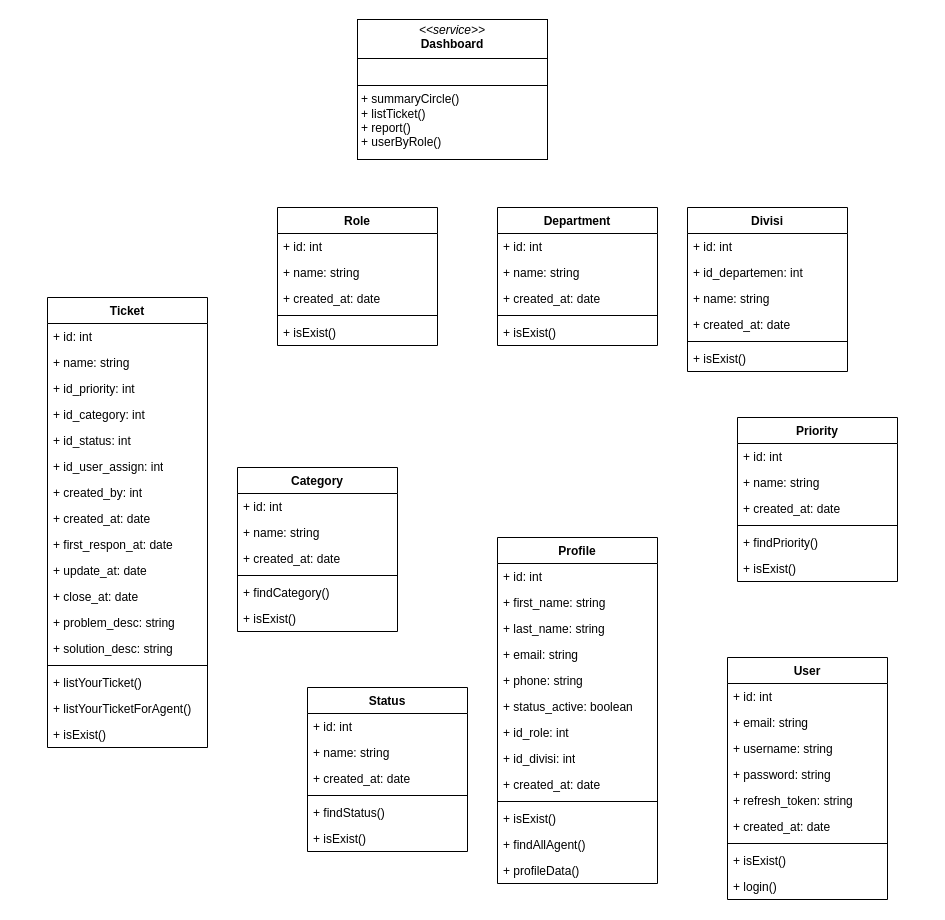
Earlier version of the draw.io diagram skripsi-uml-classdiagram.drawio (raflialkindhi/graph-save). Source tidied: cells renumbered, new cells numbered last; positions are measured from the earlier drawing's top-left corner, leaving out a move shared by most shapes. Both pictures are drawn from the tidied source at 100%, with x=0, y=0 at pixel (47, 19).
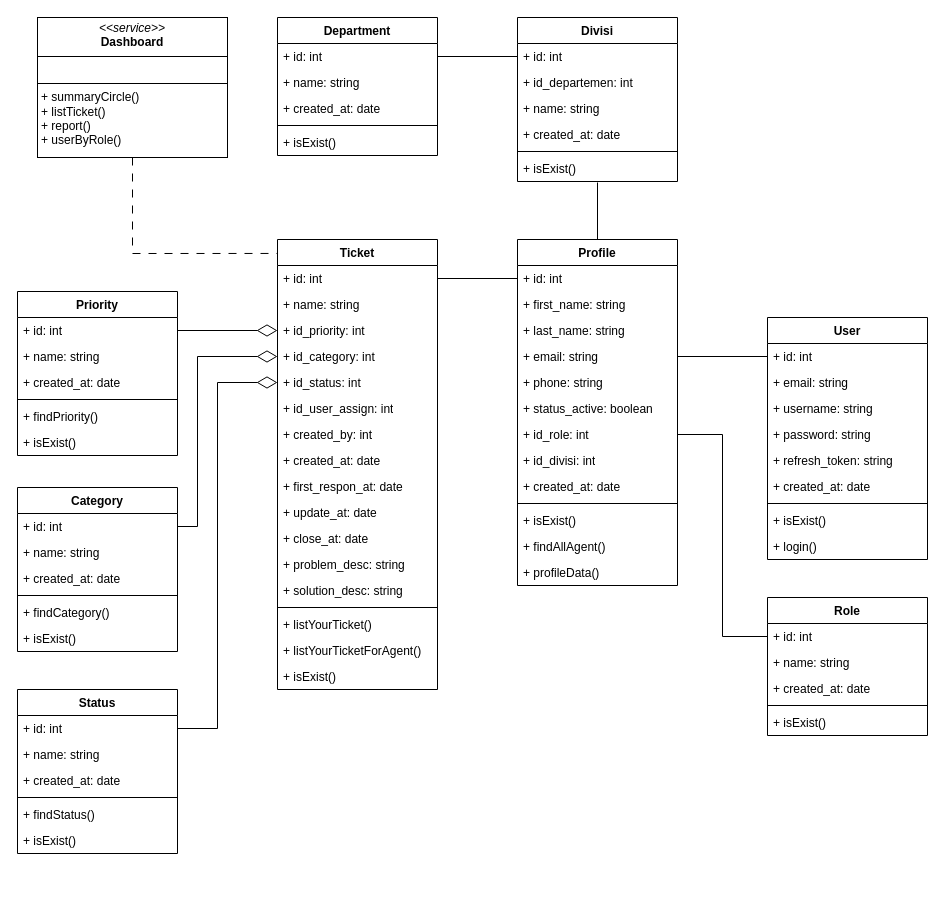
After the change.

The change refers to these unchanged cells:
```xml
<mxCell id="3" value="+ id: int" style="text;strokeColor=none;fillColor=none;align=left;verticalAlign=top;spacingLeft=4;spacingRight=4;overflow=hidden;points=[[0,0.5],[1,0.5]];portConstraint=eastwest;whiteSpace=wrap;html=1;" parent="2" vertex="1">
  <mxGeometry y="26" width="160" height="26" as="geometry" />
</mxCell>
<mxCell id="9" value="+ id: int" style="text;strokeColor=none;fillColor=none;align=left;verticalAlign=top;spacingLeft=4;spacingRight=4;overflow=hidden;points=[[0,0.5],[1,0.5]];portConstraint=eastwest;whiteSpace=wrap;html=1;" parent="8" vertex="1">
  <mxGeometry y="26" width="160" height="26" as="geometry" />
</mxCell>
<mxCell id="15" value="+ id: int" style="text;strokeColor=none;fillColor=none;align=left;verticalAlign=top;spacingLeft=4;spacingRight=4;overflow=hidden;points=[[0,0.5],[1,0.5]];portConstraint=eastwest;whiteSpace=wrap;html=1;" parent="14" vertex="1">
  <mxGeometry y="26" width="160" height="26" as="geometry" />
</mxCell>
<mxCell id="20" value="+ isExist()" style="text;strokeColor=none;fillColor=none;align=left;verticalAlign=top;spacingLeft=4;spacingRight=4;overflow=hidden;points=[[0,0.5],[1,0.5]];portConstraint=eastwest;whiteSpace=wrap;html=1;" parent="14" vertex="1">
  <mxGeometry y="138" width="160" height="26" as="geometry" />
</mxCell>
<mxCell id="22" value="+ id: int" style="text;strokeColor=none;fillColor=none;align=left;verticalAlign=top;spacingLeft=4;spacingRight=4;overflow=hidden;points=[[0,0.5],[1,0.5]];portConstraint=eastwest;whiteSpace=wrap;html=1;" parent="21" vertex="1">
  <mxGeometry y="26" width="160" height="26" as="geometry" />
</mxCell>
<mxCell id="29" value="+ id: int" style="text;strokeColor=none;fillColor=none;align=left;verticalAlign=top;spacingLeft=4;spacingRight=4;overflow=hidden;points=[[0,0.5],[1,0.5]];portConstraint=eastwest;whiteSpace=wrap;html=1;" parent="28" vertex="1">
  <mxGeometry y="26" width="160" height="26" as="geometry" />
</mxCell>
<mxCell id="36" value="+ id: int" style="text;strokeColor=none;fillColor=none;align=left;verticalAlign=top;spacingLeft=4;spacingRight=4;overflow=hidden;points=[[0,0.5],[1,0.5]];portConstraint=eastwest;whiteSpace=wrap;html=1;" parent="35" vertex="1">
  <mxGeometry y="26" width="160" height="26" as="geometry" />
</mxCell>
<mxCell id="39" value="+ email: string" style="text;strokeColor=none;fillColor=none;align=left;verticalAlign=top;spacingLeft=4;spacingRight=4;overflow=hidden;points=[[0,0.5],[1,0.5]];portConstraint=eastwest;whiteSpace=wrap;html=1;" parent="35" vertex="1">
  <mxGeometry y="104" width="160" height="26" as="geometry" />
</mxCell>
<mxCell id="42" value="+ id_role: int" style="text;strokeColor=none;fillColor=none;align=left;verticalAlign=top;spacingLeft=4;spacingRight=4;overflow=hidden;points=[[0,0.5],[1,0.5]];portConstraint=eastwest;whiteSpace=wrap;html=1;" parent="35" vertex="1">
  <mxGeometry y="182" width="160" height="26" as="geometry" />
</mxCell>
<mxCell id="50" value="+ id: int" style="text;strokeColor=none;fillColor=none;align=left;verticalAlign=top;spacingLeft=4;spacingRight=4;overflow=hidden;points=[[0,0.5],[1,0.5]];portConstraint=eastwest;whiteSpace=wrap;html=1;" parent="49" vertex="1">
  <mxGeometry y="26" width="160" height="26" as="geometry" />
</mxCell>
<mxCell id="57" value="+ id: int" style="text;strokeColor=none;fillColor=none;align=left;verticalAlign=top;spacingLeft=4;spacingRight=4;overflow=hidden;points=[[0,0.5],[1,0.5]];portConstraint=eastwest;whiteSpace=wrap;html=1;" parent="56" vertex="1">
  <mxGeometry y="26" width="160" height="26" as="geometry" />
</mxCell>
<mxCell id="59" value="+ id_priority: int" style="text;strokeColor=none;fillColor=none;align=left;verticalAlign=top;spacingLeft=4;spacingRight=4;overflow=hidden;points=[[0,0.5],[1,0.5]];portConstraint=eastwest;whiteSpace=wrap;html=1;" parent="56" vertex="1">
  <mxGeometry y="78" width="160" height="26" as="geometry" />
</mxCell>
<mxCell id="60" value="+ id_category: int" style="text;strokeColor=none;fillColor=none;align=left;verticalAlign=top;spacingLeft=4;spacingRight=4;overflow=hidden;points=[[0,0.5],[1,0.5]];portConstraint=eastwest;whiteSpace=wrap;html=1;" parent="56" vertex="1">
  <mxGeometry y="104" width="160" height="26" as="geometry" />
</mxCell>
<mxCell id="61" value="+ id_status&lt;span style=&quot;background-color: transparent; color: light-dark(rgb(0, 0, 0), rgb(255, 255, 255));&quot;&gt;: int&lt;/span&gt;" style="text;strokeColor=none;fillColor=none;align=left;verticalAlign=top;spacingLeft=4;spacingRight=4;overflow=hidden;points=[[0,0.5],[1,0.5]];portConstraint=eastwest;whiteSpace=wrap;html=1;" parent="56" vertex="1">
  <mxGeometry y="130" width="160" height="26" as="geometry" />
</mxCell>
<mxCell id="76" value="+ id: int" style="text;strokeColor=none;fillColor=none;align=left;verticalAlign=top;spacingLeft=4;spacingRight=4;overflow=hidden;points=[[0,0.5],[1,0.5]];portConstraint=eastwest;whiteSpace=wrap;html=1;" parent="75" vertex="1">
  <mxGeometry y="26" width="160" height="26" as="geometry" />
</mxCell>
```

Change to the diagram source:
```diff
@@
     <mxCell id="2" value="Role" style="swimlane;fontStyle=1;align=center;verticalAlign=top;horizontal=1;startSize=26;whiteSpace=wrap;html=1;" parent="1" vertex="1">
-      <mxGeometry x="230" y="188" width="160" height="138" as="geometry" />
+      <mxGeometry x="720" y="578" width="160" height="138" as="geometry" />
     </mxCell>
@@
     <mxCell id="8" value="Department" style="swimlane;fontStyle=1;align=center;verticalAlign=top;horizontal=1;startSize=26;whiteSpace=wrap;html=1;" parent="1" vertex="1">
-      <mxGeometry x="450" y="188" width="160" height="138" as="geometry" />
+      <mxGeometry x="230" y="-2" width="160" height="138" as="geometry" />
     </mxCell>
@@
     <mxCell id="14" value="Divisi" style="swimlane;fontStyle=1;align=center;verticalAlign=top;horizontal=1;startSize=26;whiteSpace=wrap;html=1;" parent="1" vertex="1">
-      <mxGeometry x="640" y="188" width="160" height="164" as="geometry" />
+      <mxGeometry x="470" y="-2" width="160" height="164" as="geometry" />
     </mxCell>
@@
     <mxCell id="21" value="Category" style="swimlane;fontStyle=1;align=center;verticalAlign=top;horizontal=1;startSize=26;whiteSpace=wrap;html=1;" parent="1" vertex="1">
-      <mxGeometry x="190" y="448" width="160" height="164" as="geometry" />
+      <mxGeometry x="-30" y="468" width="160" height="164" as="geometry" />
     </mxCell>
@@
     <mxCell id="28" value="Priority" style="swimlane;fontStyle=1;align=center;verticalAlign=top;horizontal=1;startSize=26;whiteSpace=wrap;html=1;" parent="1" vertex="1">
-      <mxGeometry x="690" y="398" width="160" height="164" as="geometry" />
+      <mxGeometry x="-30" y="272" width="160" height="164" as="geometry" />
     </mxCell>
@@
     <mxCell id="35" value="Profile" style="swimlane;fontStyle=1;align=center;verticalAlign=top;horizontal=1;startSize=26;whiteSpace=wrap;html=1;" parent="1" vertex="1">
-      <mxGeometry x="450" y="518" width="160" height="346" as="geometry" />
+      <mxGeometry x="470" y="220" width="160" height="346" as="geometry" />
     </mxCell>
@@
     <mxCell id="49" value="Status" style="swimlane;fontStyle=1;align=center;verticalAlign=top;horizontal=1;startSize=26;whiteSpace=wrap;html=1;" parent="1" vertex="1">
-      <mxGeometry x="260" y="668" width="160" height="164" as="geometry" />
+      <mxGeometry x="-30" y="670" width="160" height="164" as="geometry" />
     </mxCell>
@@
     <mxCell id="56" value="Ticket" style="swimlane;fontStyle=1;align=center;verticalAlign=top;horizontal=1;startSize=26;whiteSpace=wrap;html=1;" parent="1" vertex="1">
-      <mxGeometry y="278" width="160" height="450" as="geometry" />
+      <mxGeometry x="230" y="220" width="160" height="450" as="geometry" />
     </mxCell>
@@
     <mxCell id="74" value="&lt;p style=&quot;margin:0px;margin-top:4px;text-align:center;&quot;&gt;&lt;i&gt;&amp;lt;&amp;lt;service&amp;gt;&amp;gt;&lt;/i&gt;&lt;br&gt;&lt;b&gt;Dashboard&lt;/b&gt;&lt;/p&gt;&lt;hr size=&quot;1&quot; style=&quot;border-style:solid;&quot;&gt;&lt;p style=&quot;margin:0px;margin-left:4px;&quot;&gt;&lt;br&gt;&lt;/p&gt;&lt;hr size=&quot;1&quot; style=&quot;border-style:solid;&quot;&gt;&lt;p style=&quot;margin:0px;margin-left:4px;&quot;&gt;+ summaryCircle()&lt;/p&gt;&lt;p style=&quot;margin:0px;margin-left:4px;&quot;&gt;+ listTicket()&lt;/p&gt;&lt;p style=&quot;margin:0px;margin-left:4px;&quot;&gt;+ report()&lt;/p&gt;&lt;p style=&quot;margin:0px;margin-left:4px;&quot;&gt;+ userByRole()&lt;/p&gt;" style="verticalAlign=top;align=left;overflow=fill;html=1;whiteSpace=wrap;" parent="1" vertex="1">
-      <mxGeometry x="310" width="190" height="140" as="geometry" />
+      <mxGeometry x="-10" y="-2" width="190" height="140" as="geometry" />
     </mxCell>
     <mxCell id="75" value="User" style="swimlane;fontStyle=1;align=center;verticalAlign=top;horizontal=1;startSize=26;whiteSpace=wrap;html=1;" parent="1" vertex="1">
-      <mxGeometry x="680" y="638" width="160" height="242" as="geometry" />
+      <mxGeometry x="720" y="298" width="160" height="242" as="geometry" />
     </mxCell>
@@
+    <mxCell id="85" style="edgeStyle=orthogonalEdgeStyle;rounded=0;jettySize=auto;html=1;exitX=1;exitY=0.5;exitDx=0;exitDy=0;entryX=0;entryY=0.5;entryDx=0;entryDy=0;endArrow=none;startFill=0;" parent="1" edge="1" source="42" target="3">
+      <mxGeometry relative="1" as="geometry" />
+    </mxCell>
+    <mxCell id="86" style="edgeStyle=orthogonalEdgeStyle;rounded=0;jettySize=auto;html=1;exitX=0.5;exitY=0;exitDx=0;exitDy=0;endArrow=none;startFill=0;endFill=0;endSize=18;strokeWidth=1;startSize=7;entryX=0.5;entryY=1.038;entryDx=0;entryDy=0;entryPerimeter=0;" parent="1" edge="1" source="35" target="20">
+      <mxGeometry relative="1" as="geometry" />
+    </mxCell>
+    <mxCell id="87" style="rounded=0;jettySize=auto;html=1;exitX=0;exitY=0.5;exitDx=0;exitDy=0;entryX=1;entryY=0.5;entryDx=0;entryDy=0;endArrow=none;startFill=0;edgeStyle=orthogonalEdgeStyle;" parent="1" edge="1" source="76" target="39">
+      <mxGeometry relative="1" as="geometry" />
+    </mxCell>
+    <mxCell id="88" style="edgeStyle=orthogonalEdgeStyle;rounded=0;jettySize=auto;html=1;exitX=1;exitY=0.5;exitDx=0;exitDy=0;entryX=0;entryY=0.5;entryDx=0;entryDy=0;endArrow=none;startFill=0;" parent="1" edge="1" source="57" target="36">
+      <mxGeometry relative="1" as="geometry" />
+    </mxCell>
+    <mxCell id="89" style="edgeStyle=orthogonalEdgeStyle;rounded=0;jettySize=auto;html=1;exitX=1;exitY=0.5;exitDx=0;exitDy=0;entryX=0;entryY=0.5;entryDx=0;entryDy=0;endArrow=diamondThin;startFill=0;endFill=0;endSize=18;" parent="1" edge="1" source="50" target="61">
+      <mxGeometry relative="1" as="geometry">
+        <Array as="points">
+          <mxPoint x="170" y="709" />
+          <mxPoint x="170" y="363" />
+        </Array>
+      </mxGeometry>
+    </mxCell>
+    <mxCell id="90" style="rounded=0;jettySize=auto;html=1;exitX=1;exitY=0.5;exitDx=0;exitDy=0;entryX=0;entryY=0.5;entryDx=0;entryDy=0;edgeStyle=orthogonalEdgeStyle;endArrow=diamondThin;endFill=0;endSize=18;" parent="1" edge="1" source="29" target="59">
+      <mxGeometry relative="1" as="geometry" />
+    </mxCell>
+    <mxCell id="91" style="edgeStyle=orthogonalEdgeStyle;rounded=0;jettySize=auto;html=1;exitX=1;exitY=0.5;exitDx=0;exitDy=0;entryX=0;entryY=0.5;entryDx=0;entryDy=0;endArrow=diamondThin;endFill=0;endSize=18;" parent="1" edge="1" source="22" target="60">
+      <mxGeometry relative="1" as="geometry">
+        <Array as="points">
+          <mxPoint x="150" y="507" />
+          <mxPoint x="150" y="337" />
+        </Array>
+      </mxGeometry>
+    </mxCell>
+    <mxCell id="92" style="edgeStyle=orthogonalEdgeStyle;rounded=0;jettySize=auto;html=1;exitX=0.5;exitY=1;exitDx=0;exitDy=0;entryX=0;entryY=0.031;entryDx=0;entryDy=0;entryPerimeter=0;endArrow=none;startFill=0;dashed=1;dashPattern=8 8;" parent="1" edge="1" source="74" target="56">
+      <mxGeometry relative="1" as="geometry" />
+    </mxCell>
+    <mxCell id="93" style="edgeStyle=orthogonalEdgeStyle;rounded=0;jettySize=auto;html=1;exitX=1;exitY=0.5;exitDx=0;exitDy=0;entryX=0;entryY=0.5;entryDx=0;entryDy=0;endArrow=none;startFill=0;" parent="1" edge="1" source="9" target="15">
+      <mxGeometry relative="1" as="geometry" />
+    </mxCell>
```
